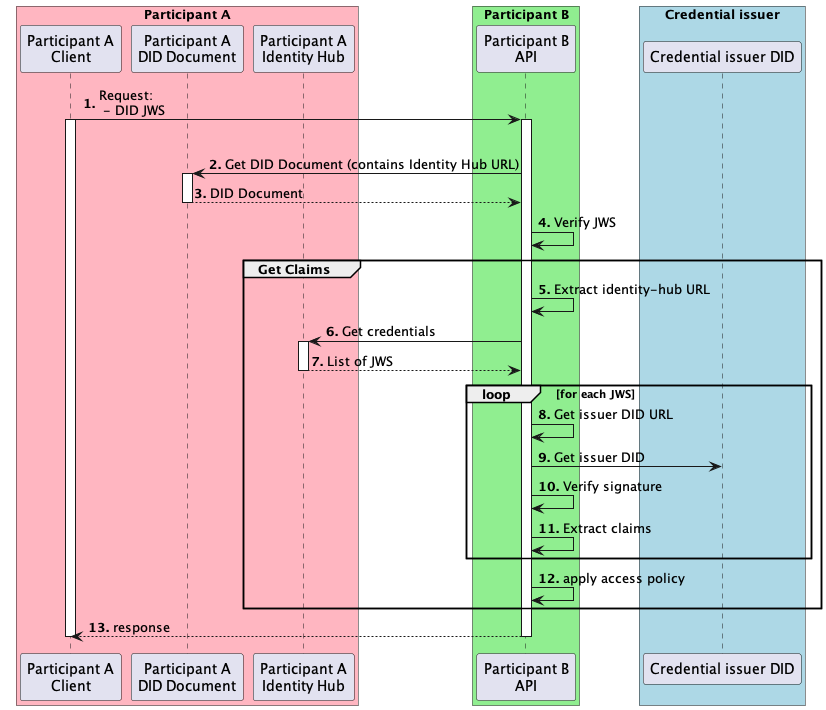
Before: docs/developer/decision-records/2022-07-01-get-claims/apply-policies-flow.png, a diagram exported from PlantUML (agera-edc/IdentityHub). Its diagram source:
```plantuml
@startuml
autonumber "<b>0'.'"
box "Participant A" #LightPink
Participant "Participant A\nClient" as ParticipantA
Participant "Participant A\nDID Document" as DID
Participant "Participant A\nIdentity Hub" as IDHUB
end box
box "Participant B" #LightGreen
Participant "Participant B\nAPI" as B
end box
box "Credential issuer" #LightBlue
Participant "Credential issuer DID" as ISSUER
end box
ParticipantA -> B ++: Request:\n - DID JWS
activate ParticipantA
group authorize request
  B -> DID ++: Get DID Document (contains Identity Hub URL)
  return DID Document
  B -> B: Verify JWS
  group Get Claims
  B -> B: Extract identity-hub URL
  B -> IDHUB ++: Get credentials
  return List of JWS
  loop for each JWS
  B -> B: Get issuer DID URL
  B -> ISSUER: Get issuer DID
  B -> B: Verify signature
  B -> B: Extract claims
  end
  B -> B: apply access policy
end
return response
deactivate ParticipantA

@enduml
```
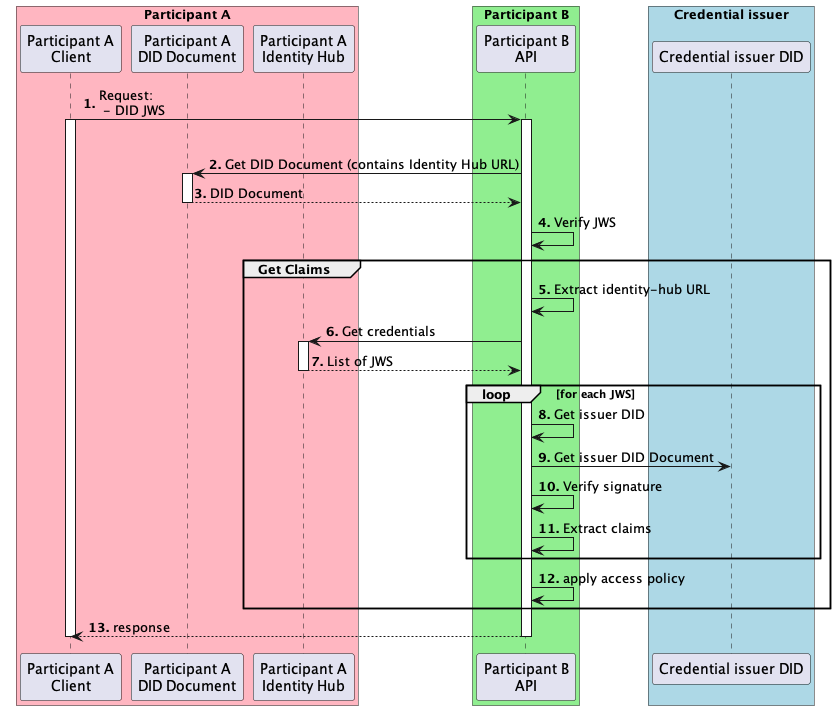
Later version of the same file.

Diff of the diagram source:
```diff
@@ -22,8 +22,8 @@
   B -> IDHUB ++: Get credentials
   return List of JWS
   loop for each JWS
-  B -> B: Get issuer DID URL
-  B -> ISSUER: Get issuer DID
+  B -> B: Get issuer DID
+  B -> ISSUER: Get issuer DID Document
   B -> B: Verify signature
   B -> B: Extract claims
   end
```
